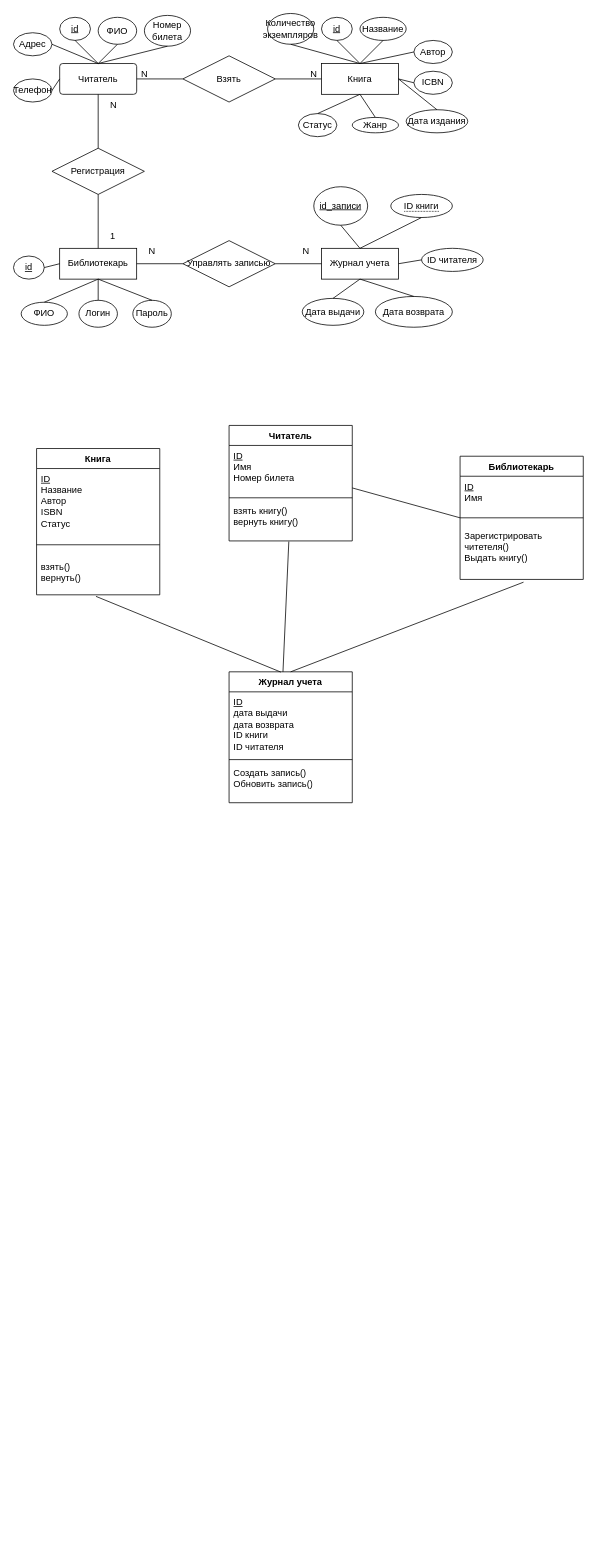
Earlier version of the draw.io diagram Untitled Diagram.drawio (voypoka/ER_Models). Source tidied: cells renumbered, new cells numbered last; positions are measured from the earlier drawing's top-left corner, leaving out a move shared by most shapes. Both pictures are drawn from the tidied source at 77%, with x=0, y=0 at pixel (13, 13).
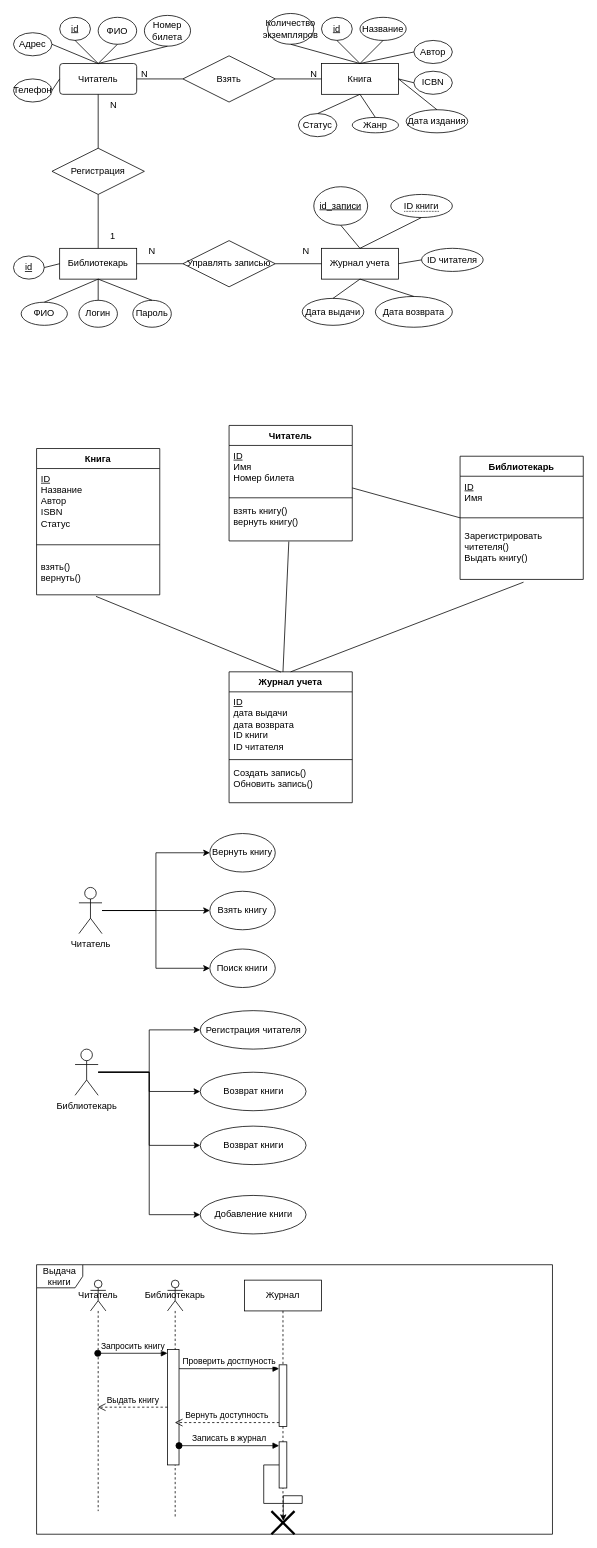
The same page after the edit.

Commit message:
add all diagram

Change to the diagram source:
```diff
@@
+    <mxCell id="85" style="edgeStyle=orthogonalEdgeStyle;rounded=0;jettySize=auto;html=1;entryX=0;entryY=0.5;entryDx=0;entryDy=0;" parent="1" edge="1" source="88" target="95">
+      <mxGeometry relative="1" as="geometry" />
+    </mxCell>
+    <mxCell id="86" style="edgeStyle=orthogonalEdgeStyle;rounded=0;jettySize=auto;html=1;entryX=0;entryY=0.5;entryDx=0;entryDy=0;" parent="1" edge="1" source="88" target="96">
+      <mxGeometry relative="1" as="geometry" />
+    </mxCell>
+    <mxCell id="87" style="edgeStyle=orthogonalEdgeStyle;rounded=0;jettySize=auto;html=1;entryX=0;entryY=0.5;entryDx=0;entryDy=0;" parent="1" edge="1" source="88" target="94">
+      <mxGeometry relative="1" as="geometry" />
+    </mxCell>
+    <mxCell id="88" value="&lt;div&gt;Читатель&lt;/div&gt;" style="shape=umlActor;verticalLabelPosition=bottom;verticalAlign=top;html=1;" parent="1" vertex="1">
+      <mxGeometry x="85" y="1135" width="30" height="60" as="geometry" />
+    </mxCell>
+    <mxCell id="89" style="edgeStyle=orthogonalEdgeStyle;rounded=0;jettySize=auto;html=1;entryX=0;entryY=0.5;entryDx=0;entryDy=0;" parent="1" edge="1" source="93" target="97">
+      <mxGeometry relative="1" as="geometry" />
+    </mxCell>
+    <mxCell id="90" style="edgeStyle=orthogonalEdgeStyle;rounded=0;jettySize=auto;html=1;" parent="1" edge="1" source="93" target="98">
+      <mxGeometry relative="1" as="geometry" />
+    </mxCell>
+    <mxCell id="91" style="edgeStyle=orthogonalEdgeStyle;rounded=0;jettySize=auto;html=1;entryX=0;entryY=0.5;entryDx=0;entryDy=0;" parent="1" edge="1" source="93" target="99">
+      <mxGeometry relative="1" as="geometry" />
+    </mxCell>
+    <mxCell id="92" style="edgeStyle=orthogonalEdgeStyle;rounded=0;jettySize=auto;html=1;entryX=0;entryY=0.5;entryDx=0;entryDy=0;" parent="1" edge="1" source="93" target="100">
+      <mxGeometry relative="1" as="geometry" />
+    </mxCell>
+    <mxCell id="93" value="Библиотекарь" style="shape=umlActor;verticalLabelPosition=bottom;verticalAlign=top;html=1;" parent="1" vertex="1">
+      <mxGeometry x="80" y="1345" width="30" height="60" as="geometry" />
+    </mxCell>
+    <mxCell id="94" value="Поиск книги" style="ellipse;whiteSpace=wrap;html=1;" parent="1" vertex="1">
+      <mxGeometry x="255" y="1215" width="85" height="50" as="geometry" />
+    </mxCell>
+    <mxCell id="95" value="Взять книгу" style="ellipse;whiteSpace=wrap;html=1;" parent="1" vertex="1">
+      <mxGeometry x="255" y="1140" width="85" height="50" as="geometry" />
+    </mxCell>
+    <mxCell id="96" value="Вернуть книгу" style="ellipse;whiteSpace=wrap;html=1;" parent="1" vertex="1">
+      <mxGeometry x="255" y="1065" width="85" height="50" as="geometry" />
+    </mxCell>
+    <mxCell id="97" value="Регистрация читателя" style="ellipse;whiteSpace=wrap;html=1;" parent="1" vertex="1">
+      <mxGeometry x="242.5" y="1295" width="137.5" height="50" as="geometry" />
+    </mxCell>
+    <mxCell id="98" value="Возврат книги" style="ellipse;whiteSpace=wrap;html=1;" parent="1" vertex="1">
+      <mxGeometry x="242.5" y="1375" width="137.5" height="50" as="geometry" />
+    </mxCell>
+    <mxCell id="99" value="Возврат книги" style="ellipse;whiteSpace=wrap;html=1;" parent="1" vertex="1">
+      <mxGeometry x="242.5" y="1445" width="137.5" height="50" as="geometry" />
+    </mxCell>
+    <mxCell id="100" value="Добавление книги" style="ellipse;whiteSpace=wrap;html=1;" parent="1" vertex="1">
+      <mxGeometry x="242.5" y="1535" width="137.5" height="50" as="geometry" />
+    </mxCell>
+    <mxCell id="101" value="Выдача книги" style="shape=umlFrame;whiteSpace=wrap;html=1;" parent="1" vertex="1">
+      <mxGeometry x="30" y="1625" width="670" height="350" as="geometry" />
+    </mxCell>
+    <mxCell id="102" value="Читатель" style="shape=umlLifeline;perimeter=lifelinePerimeter;whiteSpace=wrap;html=1;outlineConnect=0;portConstraint=eastwest;newEdgeStyle={&quot;curved&quot;:0,&quot;rounded&quot;:0};participant=umlActor;size=40;" parent="1" vertex="1">
+      <mxGeometry x="100" y="1645" width="20" height="300" as="geometry" />
+    </mxCell>
+    <mxCell id="103" value="Библиотекарь" style="shape=umlLifeline;perimeter=lifelinePerimeter;whiteSpace=wrap;html=1;outlineConnect=0;portConstraint=eastwest;newEdgeStyle={&quot;curved&quot;:0,&quot;rounded&quot;:0};participant=umlActor;" parent="1" vertex="1">
+      <mxGeometry x="200" y="1645" width="20" height="310" as="geometry" />
+    </mxCell>
+    <mxCell id="104" style="html=1;points=[[0,0,0,0,5],[0,1,0,0,-5],[1,0,0,0,5],[1,1,0,0,-5]];perimeter=orthogonalPerimeter;outlineConnect=0;targetShapes=umlLifeline;portConstraint=eastwest;newEdgeStyle={&quot;curved&quot;:0,&quot;rounded&quot;:0};" parent="103" vertex="1">
+      <mxGeometry y="90" width="15" height="150" as="geometry" />
+    </mxCell>
+    <mxCell id="105" value="Журнал" style="shape=umlLifeline;perimeter=lifelinePerimeter;whiteSpace=wrap;html=1;newEdgeStyle={&quot;curved&quot;:0,&quot;rounded&quot;:0};" parent="1" vertex="1">
+      <mxGeometry x="300" y="1645" width="100" height="310" as="geometry" />
+    </mxCell>
+    <mxCell id="106" style="html=1;points=[[0,0,0,0,5],[0,1,0,0,-5],[1,0,0,0,5],[1,1,0,0,-5]];perimeter=orthogonalPerimeter;outlineConnect=0;targetShapes=umlLifeline;portConstraint=eastwest;newEdgeStyle={&quot;curved&quot;:0,&quot;rounded&quot;:0};" parent="105" vertex="1">
+      <mxGeometry x="45" y="110" width="10" height="80" as="geometry" />
+    </mxCell>
+    <mxCell id="107" style="html=1;points=[[0,0,0,0,5],[0,1,0,0,-5],[1,0,0,0,5],[1,1,0,0,-5]];perimeter=orthogonalPerimeter;outlineConnect=0;targetShapes=umlLifeline;portConstraint=eastwest;newEdgeStyle={&quot;curved&quot;:0,&quot;rounded&quot;:0};" parent="105" vertex="1">
+      <mxGeometry x="45" y="210" width="10" height="60" as="geometry" />
+    </mxCell>
+    <mxCell id="108" value="Запросить книгу" style="html=1;verticalAlign=bottom;startArrow=oval;endArrow=block;startSize=8;curved=0;rounded=0;entryX=0;entryY=0;entryDx=0;entryDy=5;" parent="1" edge="1" source="102" target="104">
+      <mxGeometry relative="1" as="geometry" />
+    </mxCell>
+    <mxCell id="109" value="Проверить достпуность" style="html=1;verticalAlign=bottom;endArrow=block;curved=0;rounded=0;entryX=0;entryY=0;entryDx=0;entryDy=5;" parent="1" edge="1" source="104" target="106">
+      <mxGeometry relative="1" as="geometry" />
+    </mxCell>
+    <mxCell id="110" value="Вернуть доступность" style="html=1;verticalAlign=bottom;endArrow=open;dashed=1;endSize=8;curved=0;rounded=0;exitX=0;exitY=1;exitDx=0;exitDy=-5;" parent="1" edge="1" source="106" target="103">
+      <mxGeometry relative="1" as="geometry" />
+    </mxCell>
+    <mxCell id="111" value="Выдать книгу" style="html=1;verticalAlign=bottom;endArrow=open;dashed=1;endSize=8;curved=0;rounded=0;" parent="1" edge="1" source="104" target="102">
+      <mxGeometry relative="1" as="geometry" />
+    </mxCell>
+    <mxCell id="112" value="Записать в журнал" style="html=1;verticalAlign=bottom;startArrow=oval;endArrow=block;startSize=8;curved=0;rounded=0;entryX=0;entryY=0;entryDx=0;entryDy=5;" parent="1" edge="1" source="104" target="107">
+      <mxGeometry relative="1" as="geometry" />
+    </mxCell>
+    <mxCell id="113" style="edgeStyle=orthogonalEdgeStyle;rounded=0;jettySize=auto;html=1;curved=0;entryX=0.513;entryY=0.427;entryDx=0;entryDy=0;entryPerimeter=0;" parent="1" edge="1" source="107" target="114">
+      <mxGeometry relative="1" as="geometry" />
+    </mxCell>
+    <mxCell id="114" style="shape=umlDestroy;whiteSpace=wrap;html=1;strokeWidth=3;targetShapes=umlLifeline;" parent="1" vertex="1">
+      <mxGeometry x="335" y="1945" width="30" height="30" as="geometry" />
+    </mxCell>
```
